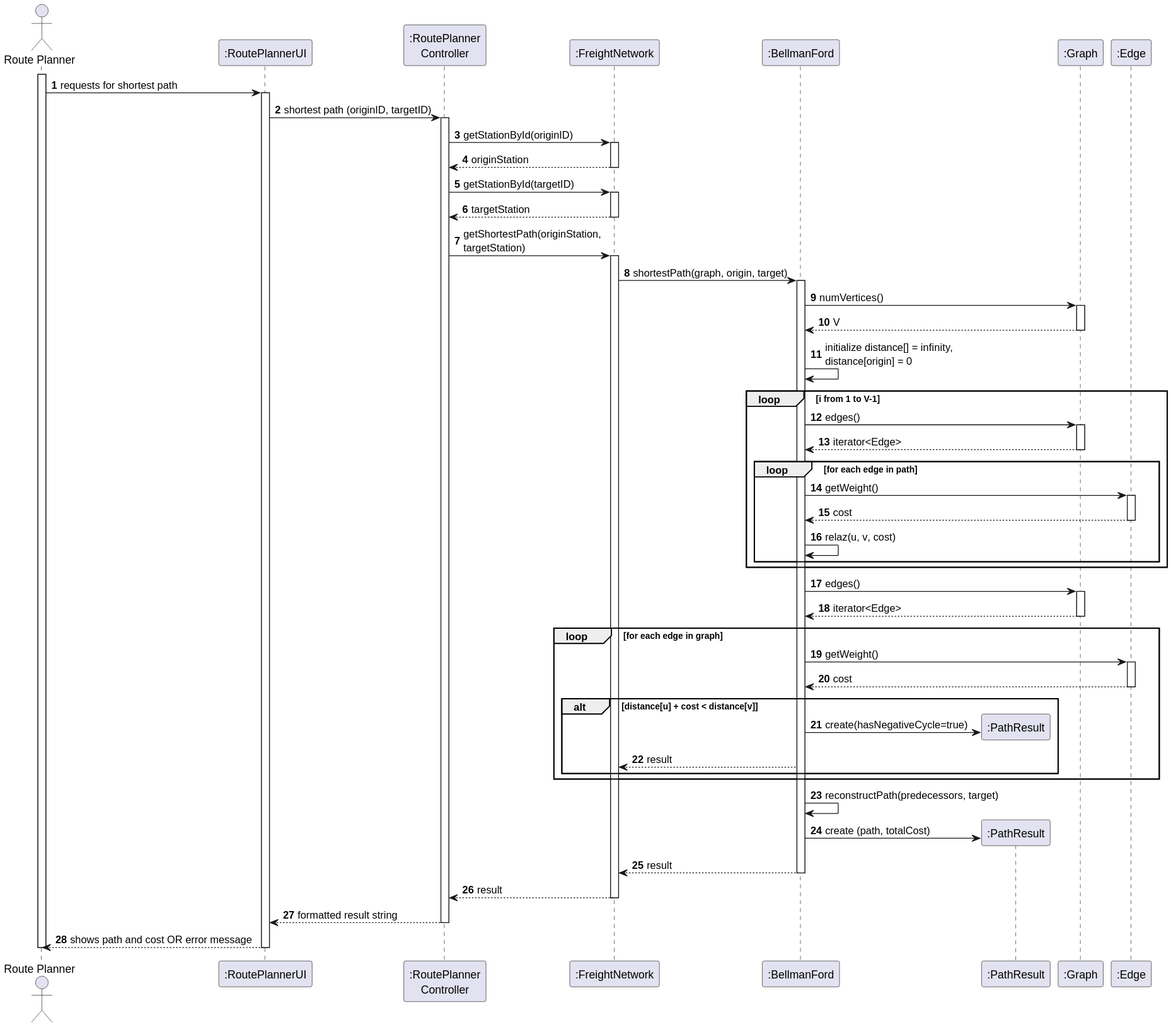
Before: doc/sprint-3/usei15/03. design/svg/USEI15-FSD.svg, a diagram exported from PlantUML (ivasduarte/logistics-on-rails).
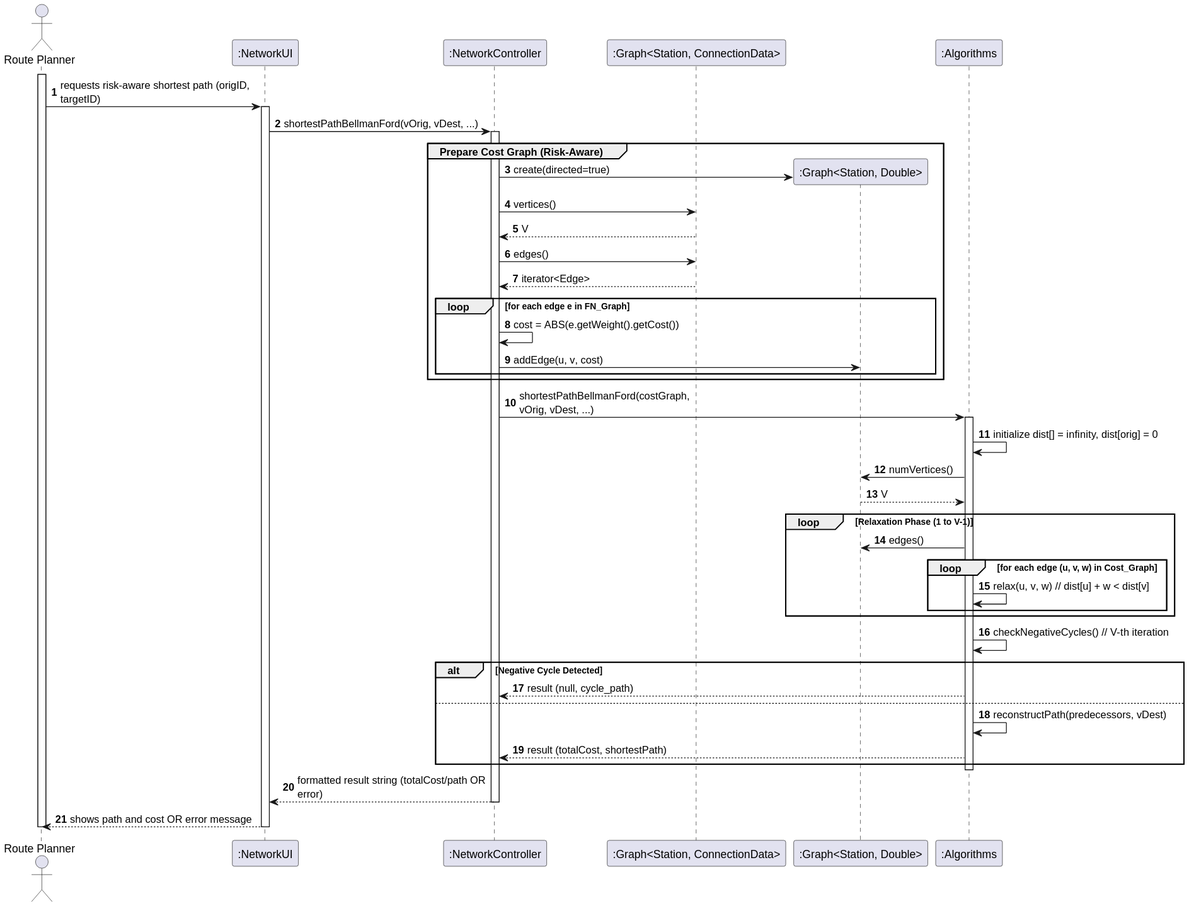
After the change.

The edit, as a diff of the source:
```diff
@@ -4,89 +4,59 @@
 skinparam maxMessageSize 250
 
 actor "Route Planner" as RP
-participant ":RoutePlannerUI" as UI
-participant ":RoutePlanner\nController" as C
-participant ":FreightNetwork" as FN
-participant ":BellmanFord" as BF
-participant ":PathResult" as PR
-participant ":Graph" as G
-participant ":Edge" as E
+participant ":NetworkUI" as UI
+participant ":NetworkController" as C
+participant ":Graph<Station, ConnectionData>" as FN_Graph
+participant ":Graph<Station, Double>" as Cost_Graph
+participant ":Algorithms" as A
 
 autonumber
 
 activate RP
-RP -> UI : requests for shortest path
+RP -> UI : requests risk-aware shortest path (origID, targetID)
 activate UI
 
-UI -> C : shortest path (originID, targetID)
+UI -> C : shortestPathBellmanFord(vOrig, vDest, ...)
 activate C
 
-    C -> FN : getStationById(originID)
-    activate FN
-    FN --> C : originStation
-    deactivate FN
+    group Prepare Cost Graph (Risk-Aware)
+        C -> Cost_Graph **: create(directed=true)
+        C -> FN_Graph : vertices()
+        FN_Graph --> C : V
+        C -> FN_Graph : edges()
+        FN_Graph --> C : iterator<Edge>
 
-    C -> FN : getStationById(targetID)
-    activate FN
-    FN --> C : targetStation
-    deactivate FN
+        loop for each edge e in FN_Graph
+            C -> C : cost = ABS(e.getWeight().getCost())
+            C -> Cost_Graph : addEdge(u, v, cost)
+        end
+    end
 
-    C -> FN : getShortestPath(originStation, targetStation)
-    activate FN
+    C -> A : shortestPathBellmanFord(costGraph, vOrig, vDest, ...)
+    activate A
 
-        FN -> BF : shortestPath(graph, origin, target)
-        activate BF
+        A -> A : initialize dist[] = infinity, dist[orig] = 0
+        A -> Cost_Graph : numVertices()
+        Cost_Graph --> A : V
 
-            BF -> G : numVertices()
-            activate G
-            G --> BF : V
-            deactivate G
+        loop Relaxation Phase (1 to V-1)
+            A -> Cost_Graph : edges()
+            loop for each edge (u, v, w) in Cost_Graph
+                A -> A : relax(u, v, w) // dist[u] + w < dist[v]
+            end
+        end
 
-            BF -> BF : initialize distance[] = infinity, distance[origin] = 0
+        A -> A : checkNegativeCycles() // V-th iteration
+        alt Negative Cycle Detected
+            A --> C : result (null, cycle_path)
+        else
+            A -> A : reconstructPath(predecessors, vDest)
+            A --> C : result (totalCost, shortestPath)
+        end
 
-            loop i from 1 to V-1
-                BF -> G : edges()
-                activate G
-                G --> BF : iterator<Edge>
-                deactivate G
+    deactivate A
 
-                loop for each edge in path
-                    BF -> E : getWeight()
-                    activate E
-                    E --> BF : cost
-                    deactivate E
-
-                    BF -> BF : relaz(u, v, cost)
-                end
-            end
-
-            BF -> G : edges()
-            activate G
-            G --> BF : iterator<Edge>
-            deactivate G
-
-            loop for each edge in graph
-                BF -> E : getWeight()
-                activate E
-                E --> BF : cost
-                deactivate E
-
-                alt distance[u] + cost < distance[v]
-                    BF -> PR **: create(hasNegativeCycle=true)
-                    BF --> FN : result
-                end
-            end
-
-            BF -> BF : reconstructPath(predecessors, target)
-            BF -> PR ** : create (path, totalCost)
-            BF --> FN : result
-
-        deactivate BF
-
-    FN --> C : result
-    deactivate FN
-
-C --> UI : formatted result string
+C --> UI : formatted result string (totalCost/path OR error)
 deactivate C
 
 UI --> RP : shows path and cost OR error message
```
